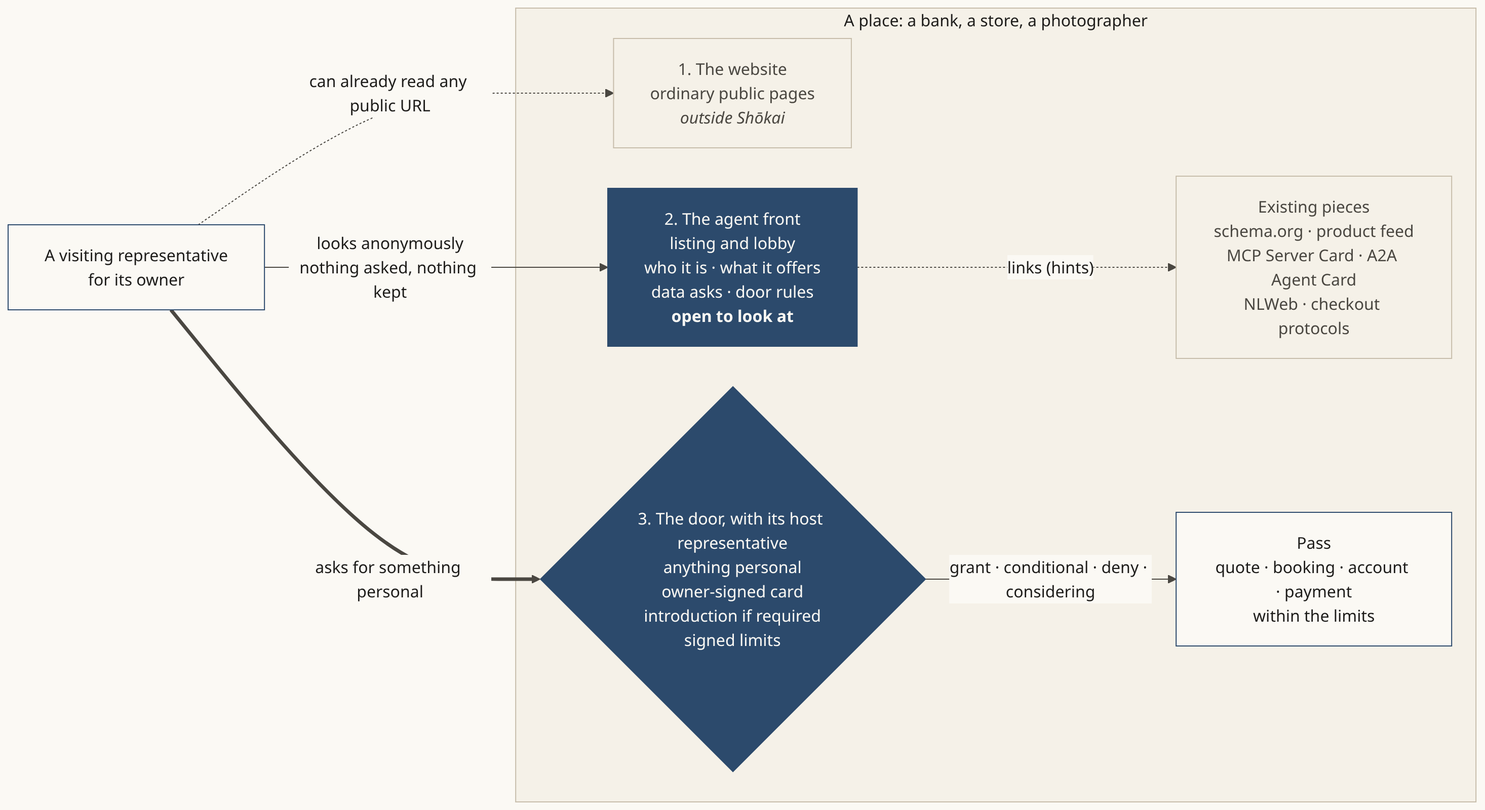
Kigenka/shokai keeps this Mermaid diagram as docs/diagrams/png/website-front-door.png. Above is the earlier version. Its source is kept beside it as docs/diagrams/src/website-front-door.mmd.
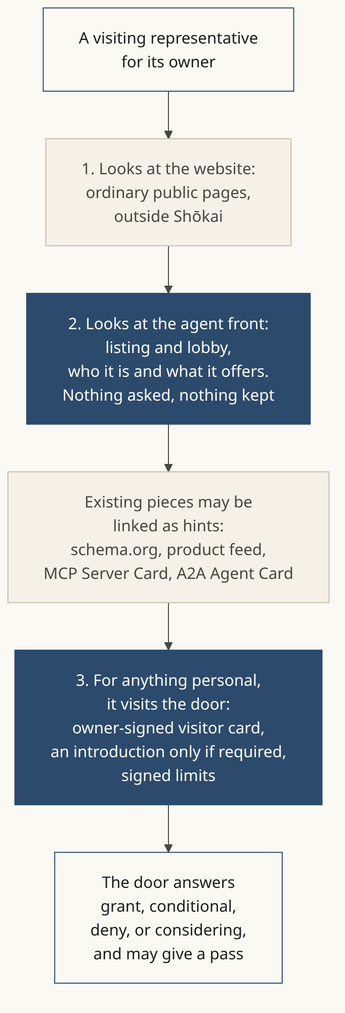
The same diagram one commit later.

Change to the diagram source:
```diff
@@ -1,18 +1,16 @@
-flowchart LR
+flowchart TD
   V["A visiting representative<br/>for its owner"]
-  subgraph P["A place: a bank, a store, a photographer"]
-    direction LR
-    W["1. The website<br/>ordinary public pages<br/><i>outside Shōkai</i>"]
-    F["2. The agent front<br/>listing and lobby<br/>who it is · what it offers<br/>data asks · door rules<br/><b>open to look at</b>"]
-    D{"3. The door, with its host representative<br/>anything personal<br/>owner-signed card<br/>introduction if required<br/>signed limits"}
-    X["Existing pieces<br/>schema.org · product feed<br/>MCP Server Card · A2A Agent Card<br/>NLWeb · checkout protocols"]
-    S["Seat<br/>quote · booking · account · payment<br/>within the limits"]
-  end
-  V -. "can already read any public URL" .-> W
-  V -- "looks anonymously<br/>nothing asked, nothing kept" --> F
-  F -. "links (hints)" .-> X
-  V == "asks for something personal" ==> D
-  D -- "grant · conditional · deny · considering" --> S
+
+  V --> W["1. Looks at the website:<br/>ordinary public pages,<br/>outside Shōkai"]
+
+  W --> F["2. Looks at the agent front:<br/>listing and lobby,<br/>who it is and what it offers.<br/>Nothing asked, nothing kept"]
+
+  F --> X["Existing pieces may be<br/>linked as hints:<br/>schema.org, product feed,<br/>MCP Server Card, A2A Agent Card"]
+
+  X --> D["3. For anything personal,<br/>it visits the door:<br/>owner-signed visitor card,<br/>an introduction only if required,<br/>signed limits"]
+
+  D --> S["The door answers<br/>grant, conditional,<br/>deny, or considering,<br/>and may give a pass"]
+
   classDef shokai fill:#2c4a6c,stroke:#2c4a6c,color:#fbf9f4
   classDef outside fill:#f5f1e8,stroke:#c7bdab,color:#4a4741
   class F,D shokai
```
